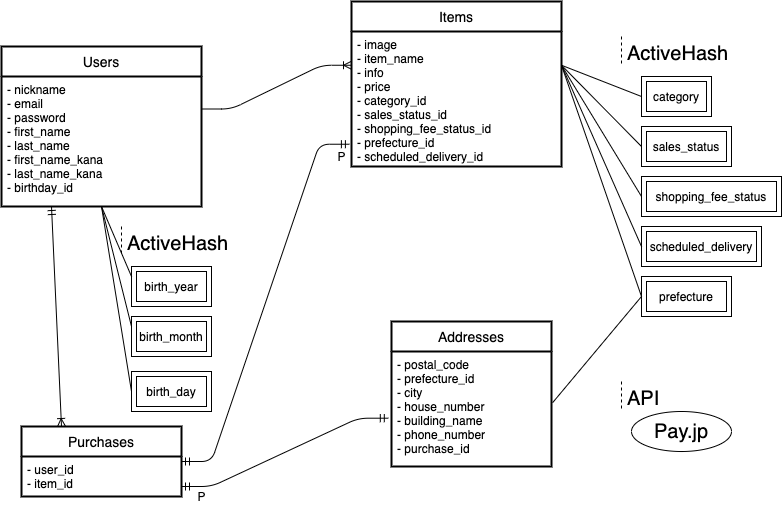
Before: er.drawio.png, a diagram exported from draw.io (shochan614/furima-30636). Source tidied: cells renumbered, new cells last; positions are measured from the earlier drawing's top-left corner, leaving out a move shared by most shapes.
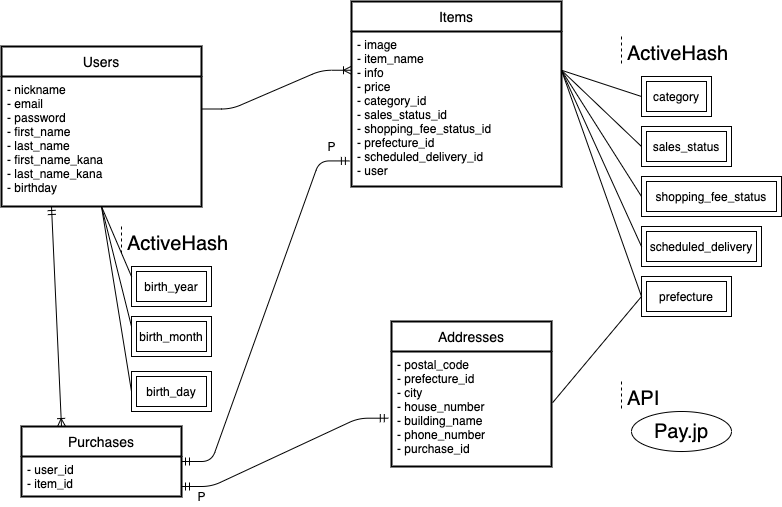
Above is the later version.

Change to the diagram source:
```diff
@@ -9,7 +9,7 @@
       <mxGeometry relative="1" as="geometry" />
     </mxCell>
     <mxCell id="4" value="P" style="text;html=1;align=center;verticalAlign=middle;" parent="1" vertex="1">
-      <mxGeometry x="330" y="145" width="20" height="20" as="geometry" />
+      <mxGeometry x="320" y="135" width="20" height="20" as="geometry" />
     </mxCell>
     <mxCell id="5" style="edgeStyle=entityRelationEdgeStyle;fontSize=12;html=1;endArrow=ERmandOne;startArrow=ERmandOne;entryX=-0.02;entryY=0.58;entryDx=0;entryDy=0;entryPerimeter=0;exitX=1;exitY=0.75;exitDx=0;exitDy=0;" parent="1" edge="1" source="41" target="28">
       <mxGeometry relative="1" as="geometry" />
@@ -66,15 +66,15 @@
       <mxGeometry x="630" y="410" width="100" height="40" as="geometry" />
     </mxCell>
     <mxCell id="23" value="Items" style="swimlane;horizontal=1;startSize=30;fontSize=14;fontStyle=0;strokeWidth=2;shadow=0;dashed=0;align=center;" parent="1" vertex="1">
-      <mxGeometry x="350" width="210" height="165" as="geometry" />
+      <mxGeometry x="350" width="210" height="185" as="geometry" />
     </mxCell>
-    <mxCell id="24" value="- image&#10;- item_name&#10;- info&#10;- price&#10;- category_id&#10;- sales_status_id&#10;- shopping_fee_status_id&#10;- prefecture_id&#10;- scheduled_delivery_id" style="align=left;strokeColor=none;fillColor=none;spacingLeft=4;fontSize=12;verticalAlign=top;" parent="23" vertex="1">
-      <mxGeometry y="30" width="210" height="135" as="geometry" />
+    <mxCell id="24" value="- image&#10;- item_name&#10;- info&#10;- price&#10;- category_id&#10;- sales_status_id&#10;- shopping_fee_status_id&#10;- prefecture_id&#10;- scheduled_delivery_id&#10;- user" style="align=left;strokeColor=none;fillColor=none;spacingLeft=4;fontSize=12;verticalAlign=top;" parent="23" vertex="1">
+      <mxGeometry y="30" width="210" height="155" as="geometry" />
     </mxCell>
     <mxCell id="25" value="Users" style="swimlane;horizontal=1;startSize=30;fontSize=14;fontStyle=0;strokeWidth=2;shadow=0;dashed=0;align=center;arcSize=9;" parent="1" vertex="1">
       <mxGeometry y="45" width="200" height="160" as="geometry" />
     </mxCell>
-    <mxCell id="26" value="- nickname&#10;- email&#10;- password&#10;- first_name&#10;- last_name&#10;- first_name_kana&#10;- last_name_kana&#10;- birthday_id" style="align=left;strokeColor=none;fillColor=none;spacingLeft=4;fontSize=12;verticalAlign=top;" parent="25" vertex="1">
+    <mxCell id="26" value="- nickname&#10;- email&#10;- password&#10;- first_name&#10;- last_name&#10;- first_name_kana&#10;- last_name_kana&#10;- birthday" style="align=left;strokeColor=none;fillColor=none;spacingLeft=4;fontSize=12;verticalAlign=top;" parent="25" vertex="1">
       <mxGeometry y="30" width="200" height="130" as="geometry" />
     </mxCell>
     <mxCell id="27" value="Addresses" style="swimlane;horizontal=1;startSize=30;rounded=1;fontSize=14;fontStyle=0;strokeWidth=2;shadow=0;dashed=0;align=center;arcSize=0;" parent="1" vertex="1">
```
